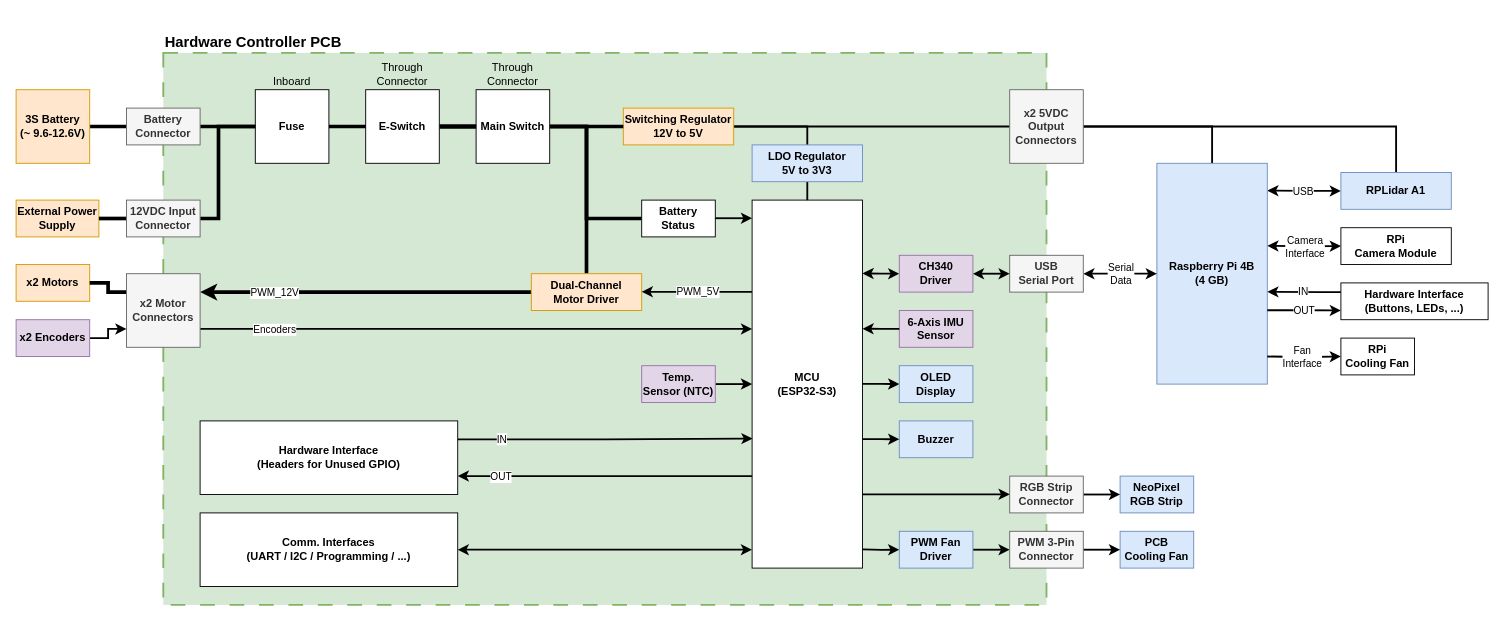
This is 4_Docs/LizardBot1_Diagrams.drawio from lizard-electronics/LizardBot1_ProjectFiles, a draw.io file, before an edit. Source tidied: cells renumbered, new cells numbered last; positions are measured from the earlier drawing's top-left corner, leaving out a move shared by most shapes. Both pictures are drawn from the tidied source at 92%, with x=0, y=0 at pixel (16, 16).
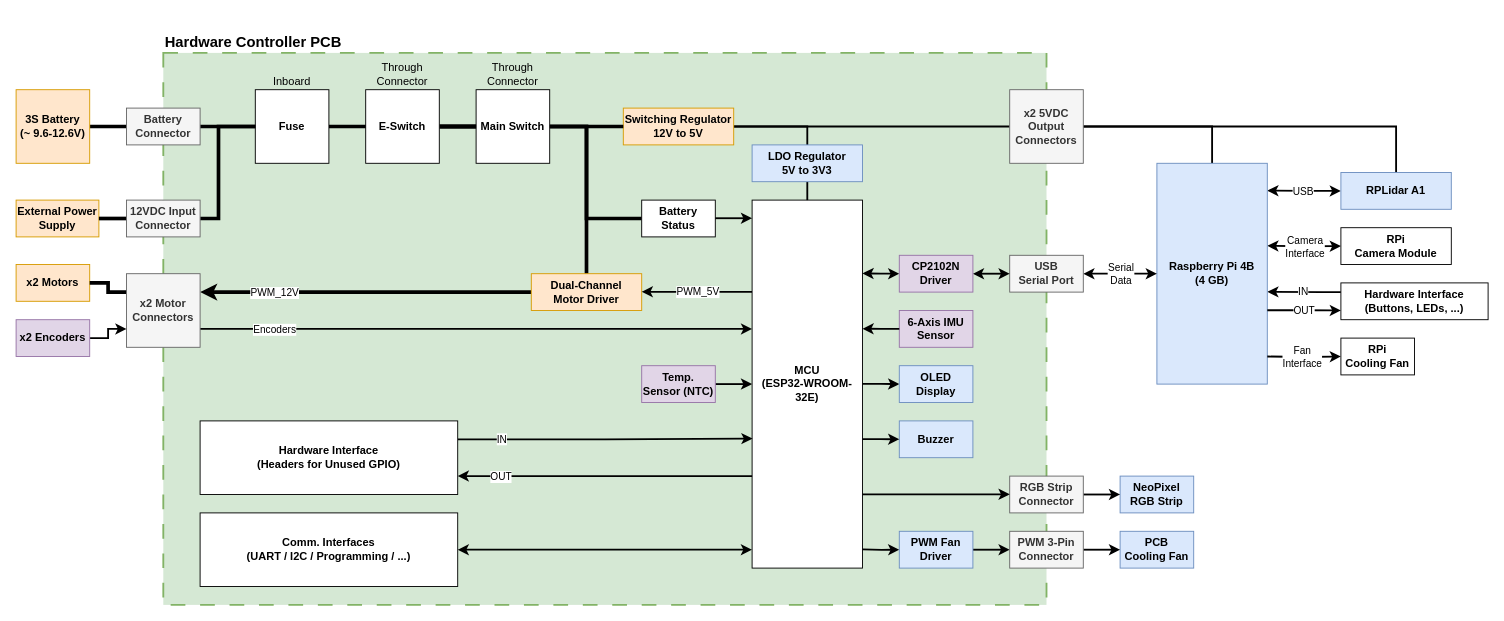
Above is the later version.

Change to the diagram source:
```diff
@@
-    <mxCell id="27" value="MCU&lt;div&gt;(ESP32-S3)&lt;/div&gt;" style="rounded=0;whiteSpace=wrap;html=1;fontStyle=1;" parent="1" vertex="1">
+    <mxCell id="27" value="MCU&lt;div&gt;(ESP32-WROOM-32E)&lt;/div&gt;" style="rounded=0;whiteSpace=wrap;html=1;fontStyle=1;" parent="1" vertex="1">
       <mxGeometry x="800" y="200" width="120" height="400" as="geometry" />
     </mxCell>
@@
-    <mxCell id="84" value="CH340&lt;div&gt;Driver&lt;/div&gt;" style="rounded=0;whiteSpace=wrap;html=1;fontStyle=1;fillColor=#e1d5e7;strokeColor=#9673a6;" parent="1" vertex="1">
+    <mxCell id="84" value="CP2102N&lt;div&gt;Driver&lt;/div&gt;" style="rounded=0;whiteSpace=wrap;html=1;fontStyle=1;fillColor=#e1d5e7;strokeColor=#9673a6;" parent="1" vertex="1">
       <mxGeometry x="960" y="260" width="80" height="40" as="geometry" />
     </mxCell>
```
